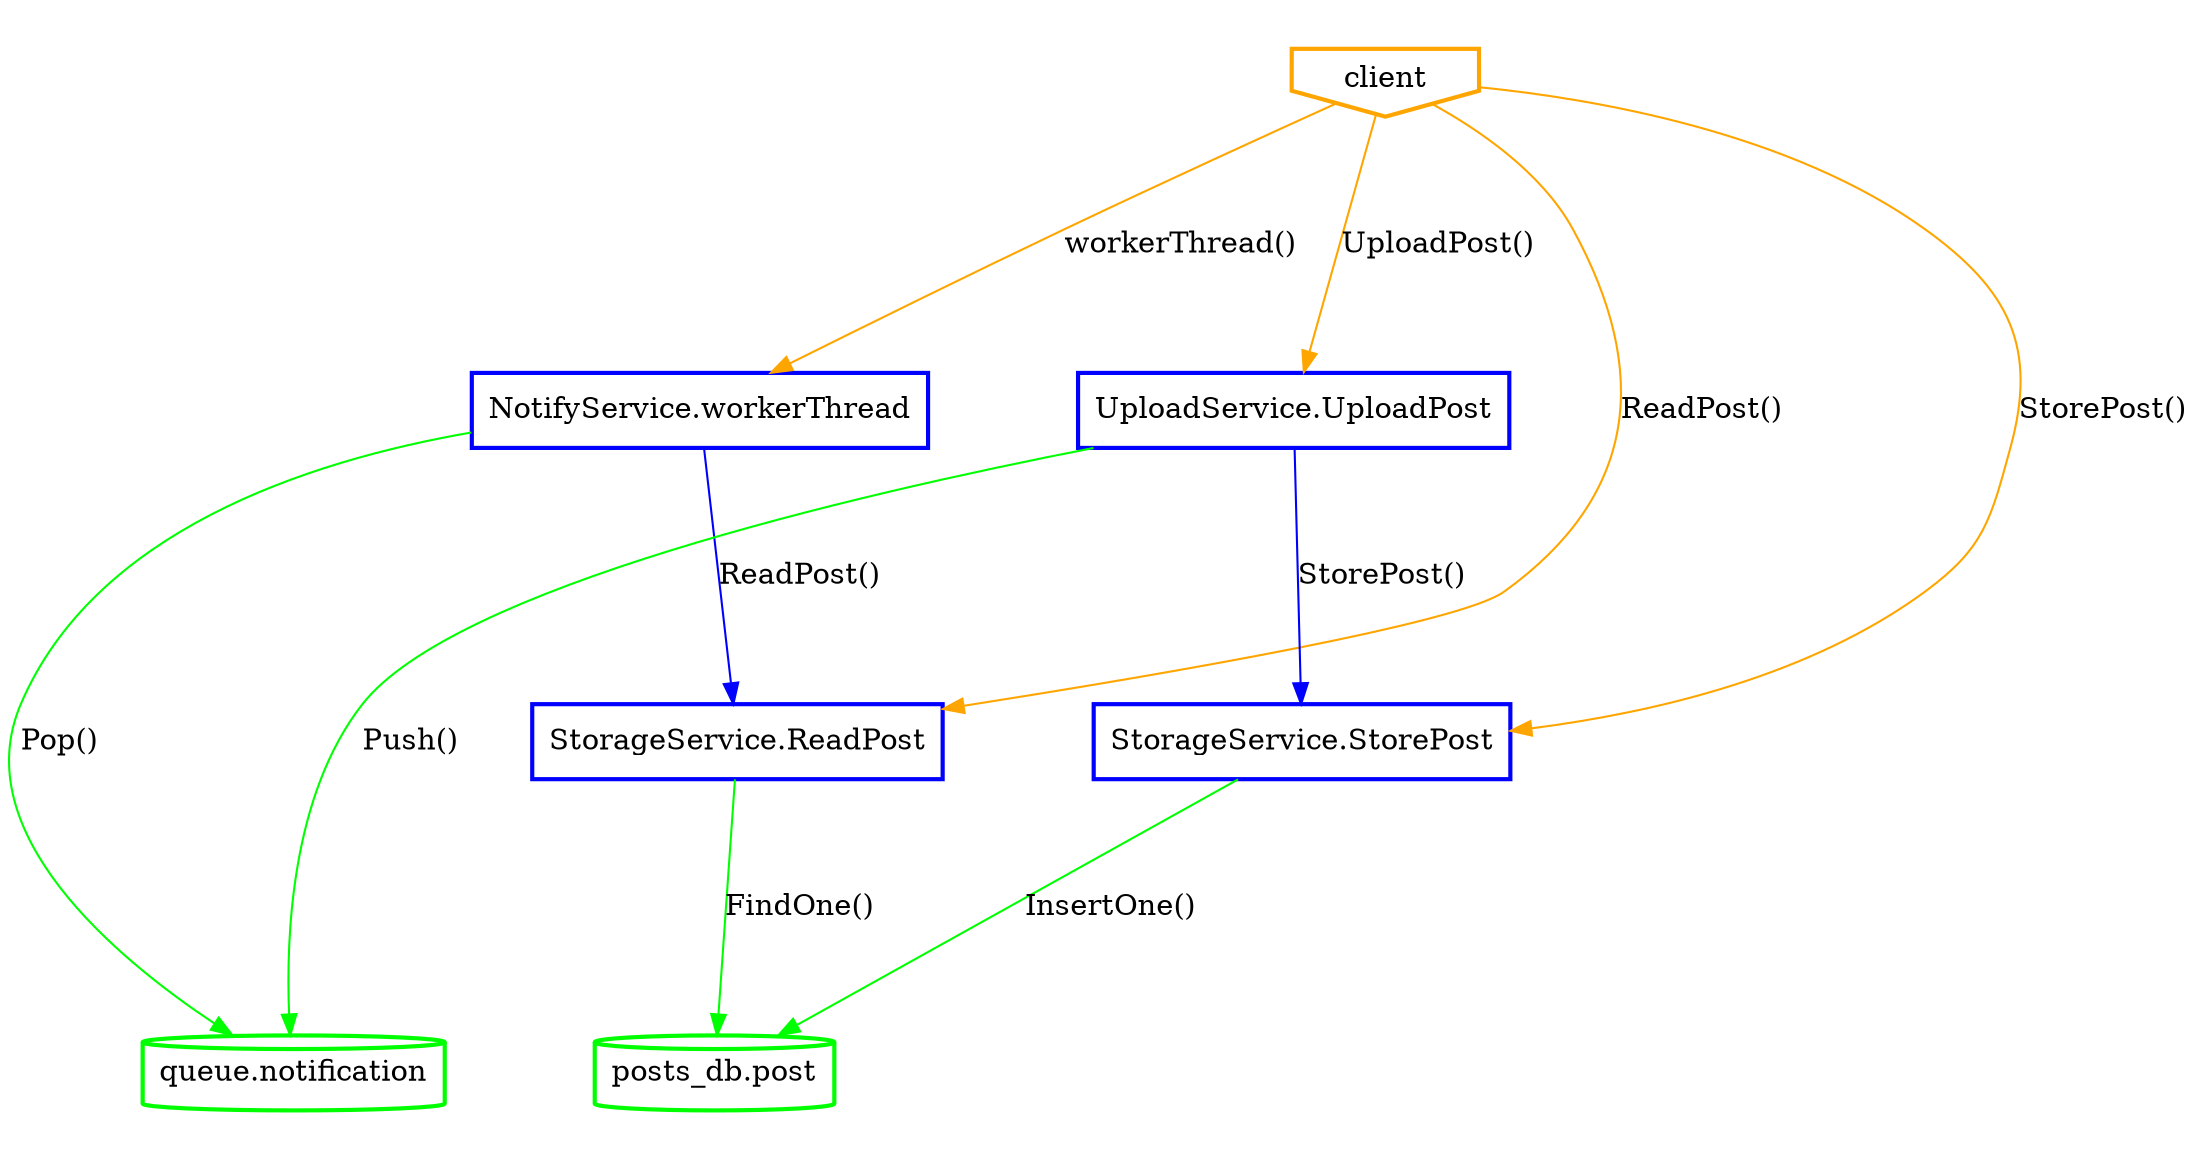
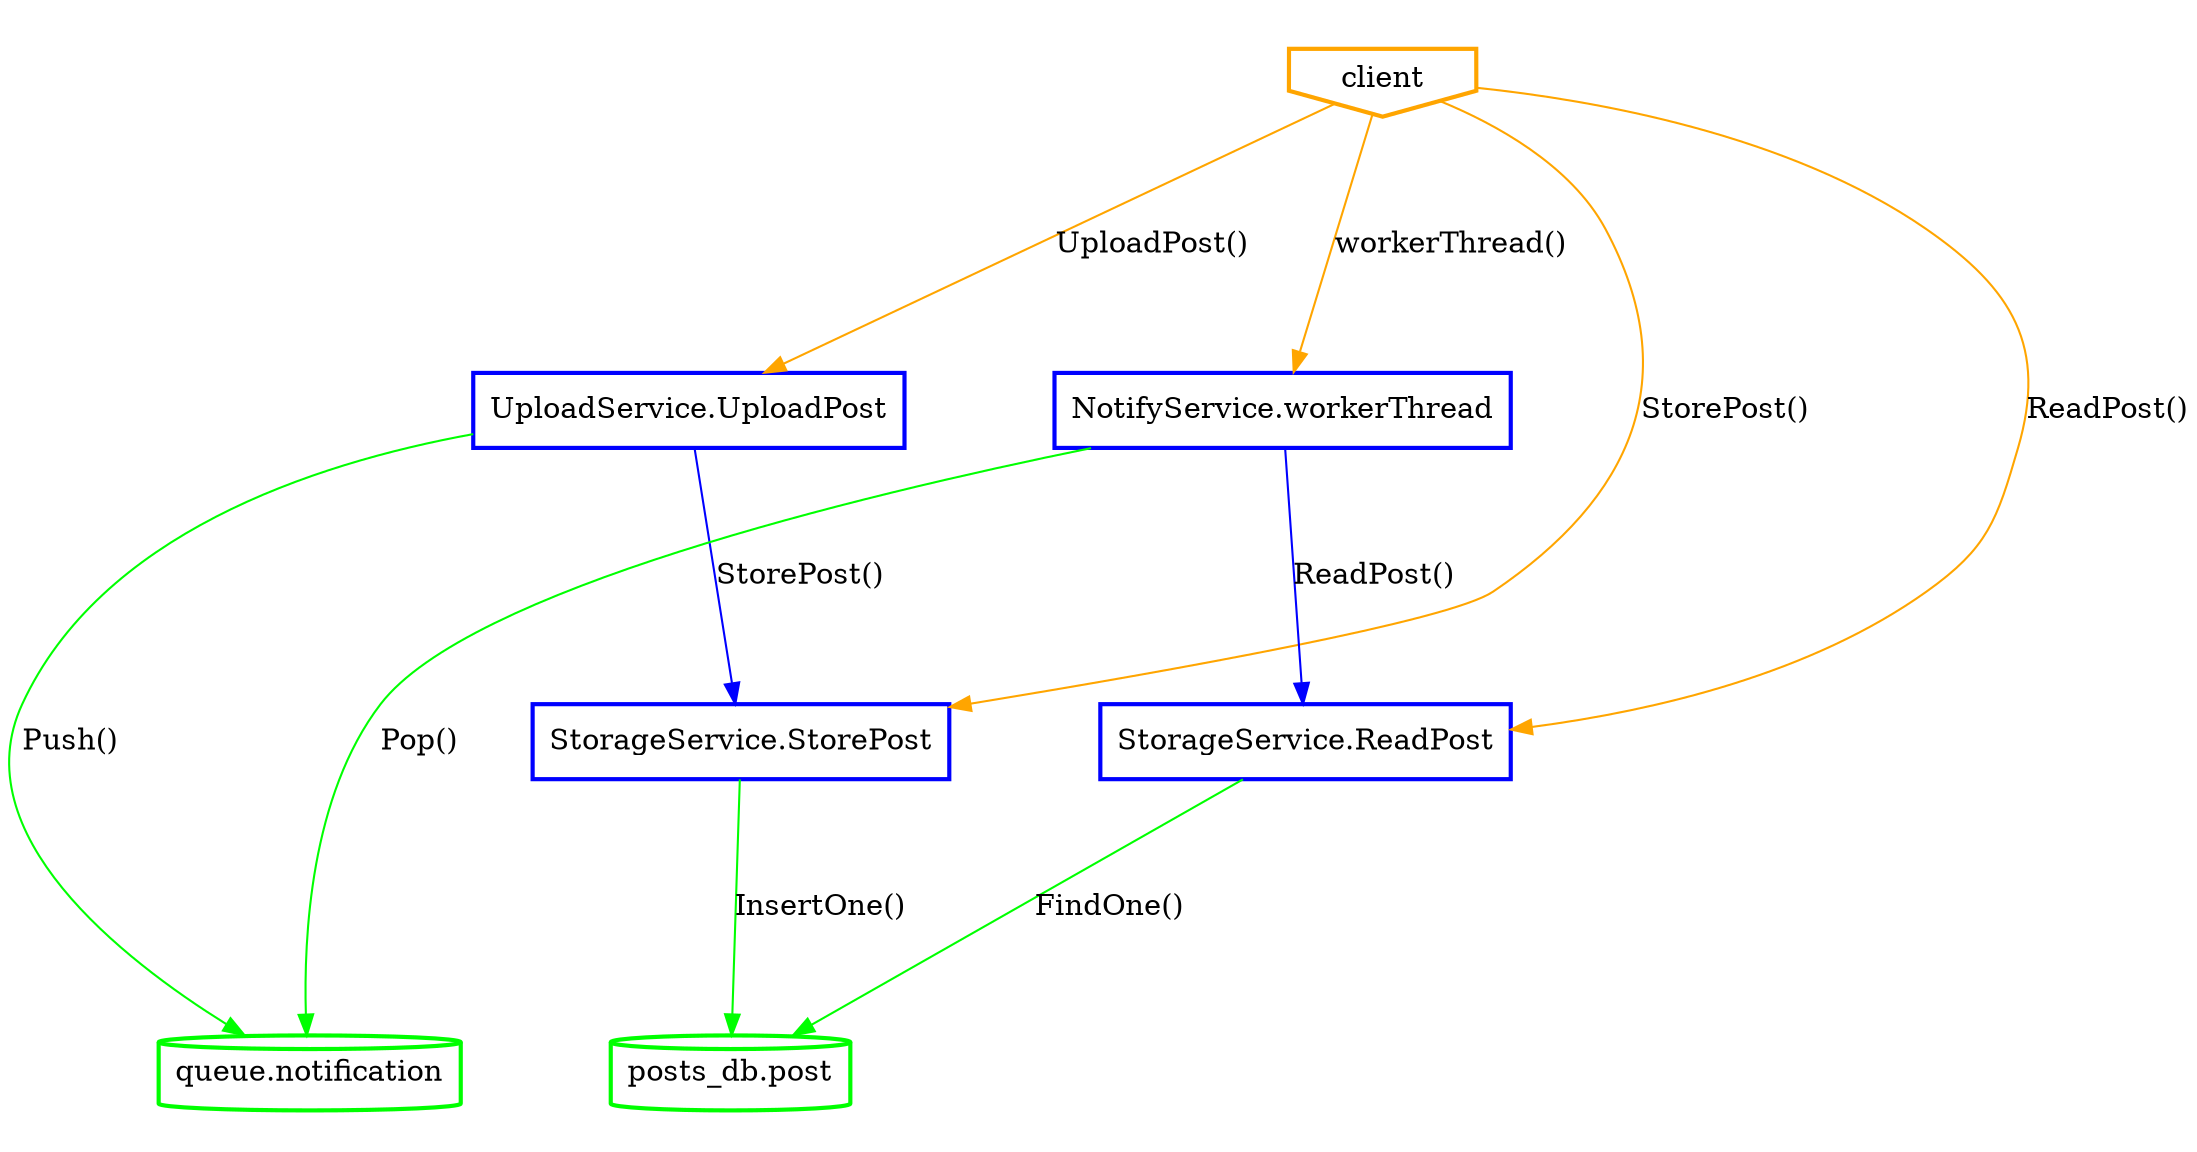
digraph G {
	rankdir=TD;
	ranksep=1.5;
	nodesep=1;
	subgraph cluster_clients {
		style=invis;
		N_client [label="client", style=bold, shape=invhouse, color="orange"];
	}
	subgraph cluster_services {
		style=invis;
+ 		N_UploadService_UploadPost [label="UploadService.UploadPost", style=bold, shape=box, color="blue"];
+ 		N_StorageService_StorePost [label="StorageService.StorePost", style=bold, shape=box, color="blue"];
		N_NotifyService_workerThread [label="NotifyService.workerThread", style=bold, shape=box, color="blue"];
		N_StorageService_ReadPost [label="StorageService.ReadPost", style=bold, shape=box, color="blue"];
- 		N_UploadService_UploadPost [label="UploadService.UploadPost", style=bold, shape=box, color="blue"];
- 		N_StorageService_StorePost [label="StorageService.StorePost", style=bold, shape=box, color="blue"];
	}
	subgraph cluster_databases {
		style=invis;
+ 		N_queue_notification [label="queue.notification", style=bold, shape=cylinder, color="green"];
		N_posts_db_post [label="posts_db.post", style=bold, shape=cylinder, color="green"];
- 		N_queue_notification [label="queue.notification", style=bold, shape=cylinder, color="green"];
	}
	N_client -> N_UploadService_UploadPost [label="UploadPost()", color=orange];
	N_UploadService_UploadPost -> N_StorageService_StorePost [label="StorePost()", color=blue];
	N_UploadService_UploadPost -> N_queue_notification [label="Push()", color=green];
	N_client -> N_StorageService_StorePost [label="StorePost()", color=orange];
	N_StorageService_StorePost -> N_posts_db_post [label="InsertOne()", color=green];
	N_client -> N_NotifyService_workerThread [label="workerThread()", color=orange];
+ 	N_NotifyService_workerThread -> N_queue_notification [label="Pop()", color=green];
	N_NotifyService_workerThread -> N_StorageService_ReadPost [label="ReadPost()", color=blue];
- 	N_NotifyService_workerThread -> N_queue_notification [label="Pop()", color=green];
	N_client -> N_StorageService_ReadPost [label="ReadPost()", color=orange];
	N_StorageService_ReadPost -> N_posts_db_post [label="FindOne()", color=green];
}
